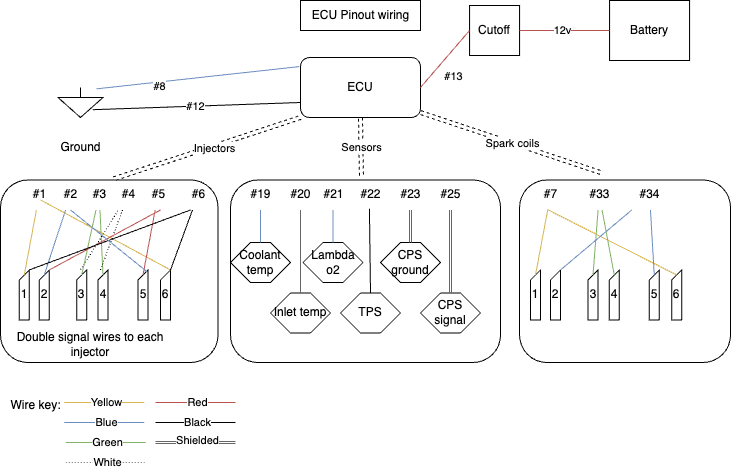
milescook/bmwe30 keeps this draw.io diagram as E30 Loom.drawio.png. Above is the earlier version. Source tidied: cells renumbered, new cells last; positions are measured from the earlier drawing's top-left corner, leaving out a move shared by most shapes.
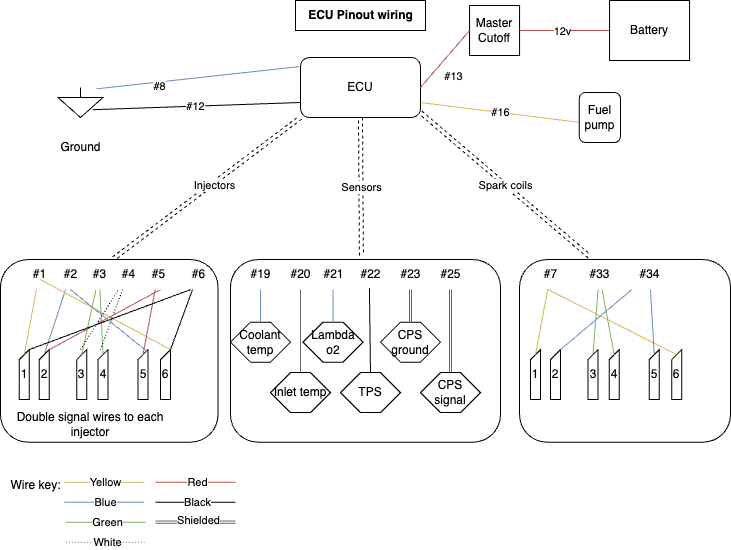
Later version of the same file.

What changed in the source:
```diff
@@ -9,13 +9,13 @@
       <mxGeometry y="179.5" width="217.5" height="182.5" as="geometry" />
     </mxCell>
     <mxCell id="4" value="ECU" style="rounded=1;whiteSpace=wrap;html=1;" parent="1" vertex="1">
-      <mxGeometry x="300" y="57" width="120" height="60" as="geometry" />
+      <mxGeometry x="300" y="-22.6" width="120" height="60" as="geometry" />
     </mxCell>
     <mxCell id="5" value="Battery" style="rounded=0;whiteSpace=wrap;html=1;" parent="1" vertex="1">
-      <mxGeometry x="609.1" width="80" height="60" as="geometry" />
+      <mxGeometry x="609.1" y="-79.6" width="80" height="60" as="geometry" />
     </mxCell>
-    <mxCell id="6" value="Cutoff" style="whiteSpace=wrap;html=1;" parent="1" vertex="1">
-      <mxGeometry x="469.1" y="5" width="50" height="50" as="geometry" />
+    <mxCell id="6" value="Master Cutoff" style="whiteSpace=wrap;html=1;" parent="1" vertex="1">
+      <mxGeometry x="469.1" y="-74.6" width="50" height="50" as="geometry" />
     </mxCell>
     <mxCell id="7" style="endArrow=none;html=1;rounded=0;entryX=0;entryY=0.5;entryDx=0;entryDy=0;exitX=1;exitY=0.5;exitDx=0;exitDy=0;fillColor=#f8cecc;strokeColor=#b85450;" parent="1" edge="1" source="4" target="6">
       <mxGeometry relative="1" as="geometry" />
@@ -32,7 +32,7 @@
       <mxGeometry x="-0.07" relative="1" as="geometry" />
     </mxCell>
     <mxCell id="11" style="verticalLabelPosition=bottom;shadow=0;dashed=0;align=center;html=1;verticalAlign=top;shape=mxgraph.electrical.signal_sources.signal_ground;" parent="1" vertex="1">
-      <mxGeometry x="57.5" y="87" width="45" height="30" as="geometry" />
+      <mxGeometry x="57.5" y="7.4" width="45" height="30" as="geometry" />
     </mxCell>
     <mxCell id="12" style="endArrow=none;html=1;rounded=0;entryX=0.854;entryY=0.045;entryDx=0;entryDy=0;entryPerimeter=0;exitX=-0.011;exitY=0.152;exitDx=0;exitDy=0;fillColor=#dae8fc;strokeColor=#6c8ebf;exitPerimeter=0;" parent="1" edge="1" source="4" target="11">
       <mxGeometry relative="1" as="geometry" />
@@ -276,22 +276,23 @@
       </mxGeometry>
     </mxCell>
     <mxCell id="77" value="Ground" style="text;html=1;align=center;verticalAlign=middle;strokeColor=none;fillColor=none;" parent="1" vertex="1">
-      <mxGeometry x="50" y="132" width="60" height="30" as="geometry" />
+      <mxGeometry x="50" y="52.4" width="60" height="30" as="geometry" />
     </mxCell>
     <mxCell id="78" value="Wire key:" style="text;html=1;align=center;verticalAlign=middle;strokeColor=none;fillColor=none;" parent="1" vertex="1">
       <mxGeometry y="390" width="70" height="30" as="geometry" />
     </mxCell>
-    <mxCell id="79" value="ECU Pinout wiring" style="text;html=1;align=center;verticalAlign=middle;strokeColor=default;fillColor=none;" parent="1" vertex="1">
-      <mxGeometry x="300" width="120" height="30" as="geometry" />
+    <mxCell id="79" value="&lt;b&gt;ECU Pinout wiring&lt;/b&gt;" style="text;html=1;align=center;verticalAlign=middle;strokeColor=default;fillColor=none;" parent="1" vertex="1">
+      <mxGeometry x="295" y="-79.6" width="130" height="30" as="geometry" />
     </mxCell>
-    <mxCell id="80" style="shape=link;html=1;rounded=0;exitX=0.5;exitY=1;exitDx=0;exitDy=0;dashed=1;" parent="1" edge="1">
+    <mxCell id="80" style="shape=link;html=1;rounded=0;exitX=0.5;exitY=1;exitDx=0;exitDy=0;dashed=1;entryX=0.256;entryY=-0.104;entryDx=0;entryDy=0;entryPerimeter=0;" parent="1" edge="1" target="92">
       <mxGeometry relative="1" as="geometry">
-        <mxPoint x="420" y="112" as="sourcePoint" />
-        <mxPoint x="600" y="172" as="targetPoint" />
+        <mxPoint x="420" y="32.4" as="sourcePoint" />
       </mxGeometry>
     </mxCell>
     <mxCell id="81" value="Spark coils" style="edgeLabel;html=1;align=center;verticalAlign=middle;" parent="80" vertex="1">
-      <mxGeometry x="0.01" relative="1" as="geometry" />
+      <mxGeometry x="0.01" relative="1" as="geometry">
+        <mxPoint x="-1" as="offset" />
+      </mxGeometry>
     </mxCell>
     <mxCell id="82" style="rounded=1;whiteSpace=wrap;html=1;" parent="1" vertex="1">
       <mxGeometry x="519.1" y="179.5" width="210.9" height="182.5" as="geometry" />
@@ -341,5 +342,16 @@
     <mxCell id="97" style="endArrow=none;html=1;rounded=0;exitX=0;exitY=0;exitDx=5;exitDy=5;exitPerimeter=0;fillColor=#dae8fc;strokeColor=#6c8ebf;" parent="1" edge="1" source="89" target="95">
       <mxGeometry relative="1" as="geometry" />
     </mxCell>
+    <mxCell id="98" style="endArrow=none;html=1;rounded=0;entryX=1;entryY=0.75;entryDx=0;entryDy=0;fillColor=#fff2cc;strokeColor=#d6b656;" parent="1" edge="1" target="4">
+      <mxGeometry relative="1" as="geometry">
+        <mxPoint x="580" y="42.4" as="sourcePoint" />
+      </mxGeometry>
+    </mxCell>
+    <mxCell id="99" value="#16" style="edgeLabel;html=1;align=center;verticalAlign=middle;" parent="98" vertex="1">
+      <mxGeometry relative="1" as="geometry" />
+    </mxCell>
+    <mxCell id="100" value="Fuel pump" style="rounded=1;whiteSpace=wrap;html=1;" parent="1" vertex="1">
+      <mxGeometry x="578.8" y="12.4" width="41.2" height="50" as="geometry" />
+    </mxCell>
   </root>
 </mxGraphModel>
```
